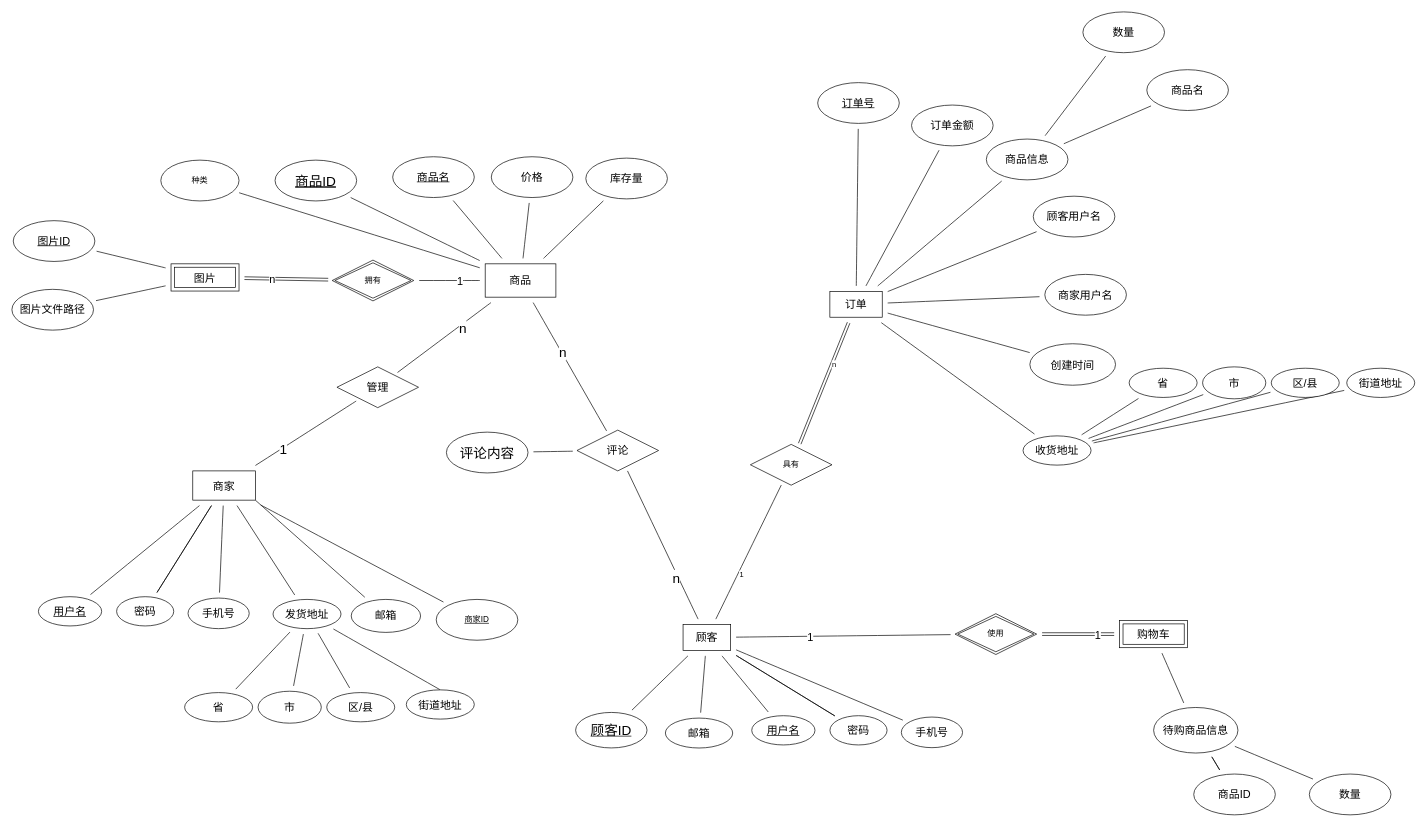
Above: database-ER.drawio in guokaichina/database-ER (draw.io), before the change. Source tidied: cells renumbered, new cells numbered last; positions are measured from the earlier drawing's top-left corner, leaving out a move shared by most shapes. Both pictures are drawn from the tidied source at 68%, with x=0, y=0 at pixel (12, 12).
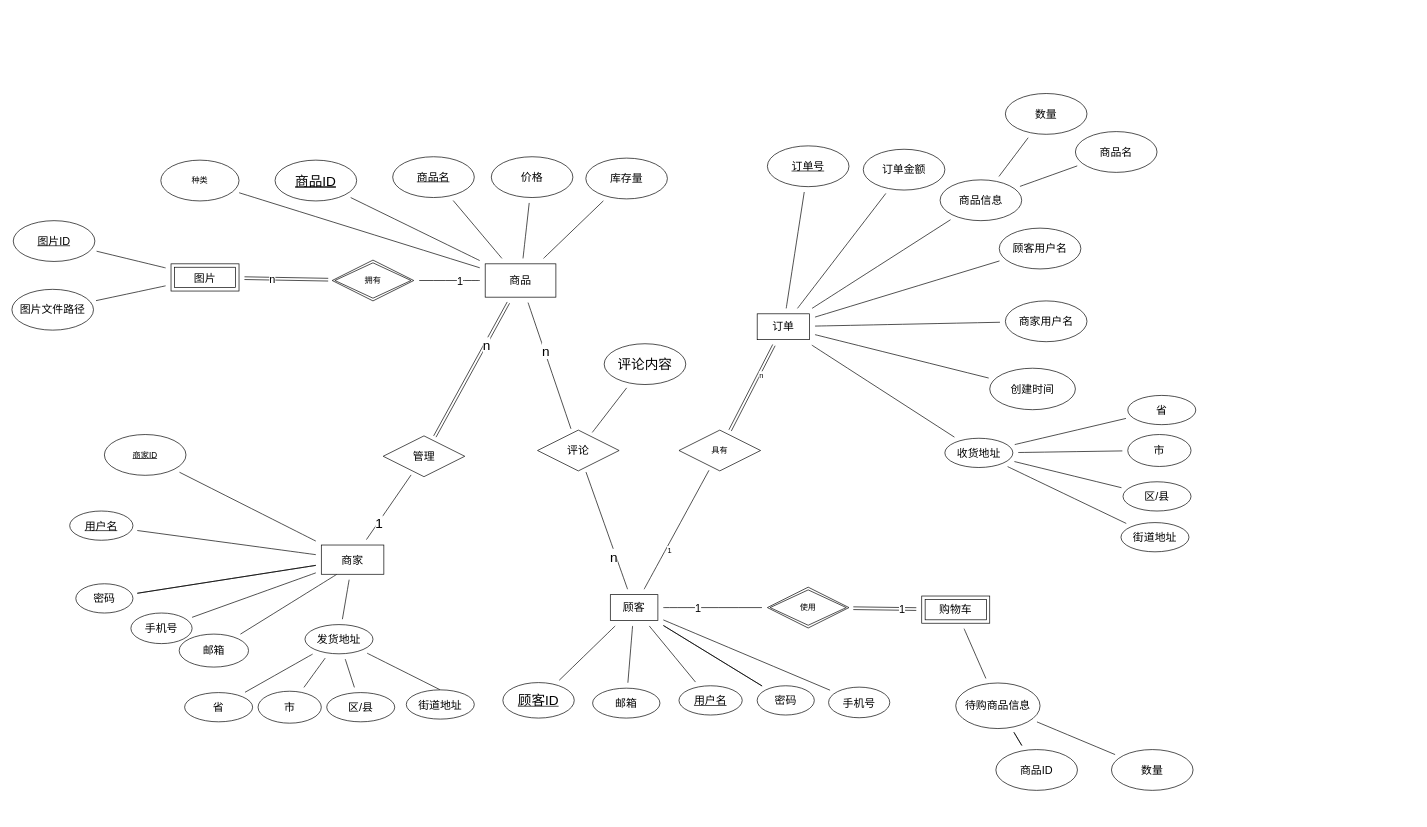
After the change.

Unchanged cells that the change refers to:
```xml
<mxCell id="43" value="商品" style="rounded=0;whiteSpace=wrap;html=1;fontSize=16;" parent="1" vertex="1">
  <mxGeometry x="696" y="370.5" width="104" height="49" as="geometry" />
</mxCell>
```

What changed in the source:
```diff
@@
     <mxCell id="14" value="&lt;font style=&quot;font-size: 16px;&quot;&gt;顾客&lt;/font&gt;" style="rounded=0;whiteSpace=wrap;html=1;" parent="1" vertex="1">
-      <mxGeometry x="987" y="901" width="70" height="38" as="geometry" />
+      <mxGeometry x="880" y="857" width="70" height="38" as="geometry" />
     </mxCell>
     <mxCell id="15" value="&lt;u&gt;用户名&lt;/u&gt;" style="ellipse;whiteSpace=wrap;html=1;fontSize=16;" parent="1" vertex="1">
-      <mxGeometry x="1088" y="1035" width="93" height="43" as="geometry" />
+      <mxGeometry x="981" y="991" width="93" height="43" as="geometry" />
     </mxCell>
     <mxCell id="16" value="密码" style="ellipse;whiteSpace=wrap;html=1;fontSize=16;" parent="1" vertex="1">
-      <mxGeometry x="1203" y="1035" width="84" height="43" as="geometry" />
+      <mxGeometry x="1096" y="991" width="84" height="43" as="geometry" />
     </mxCell>
@@
     <mxCell id="21" value="收货地址" style="ellipse;whiteSpace=wrap;html=1;fontSize=16;" parent="1" vertex="1">
-      <mxGeometry x="1487" y="623.5" width="100" height="43" as="geometry" />
+      <mxGeometry x="1372" y="627" width="100" height="43" as="geometry" />
     </mxCell>
@@
     <mxCell id="23" value="省" style="ellipse;whiteSpace=wrap;html=1;fontSize=16;" parent="1" vertex="1">
-      <mxGeometry x="1643" y="524" width="100" height="43" as="geometry" />
+      <mxGeometry x="1641" y="564" width="100" height="43" as="geometry" />
     </mxCell>
     <mxCell id="24" value="市" style="ellipse;whiteSpace=wrap;html=1;fontSize=16;" parent="1" vertex="1">
-      <mxGeometry x="1751" y="522" width="93" height="47" as="geometry" />
+      <mxGeometry x="1641" y="621.5" width="93" height="47" as="geometry" />
     </mxCell>
     <mxCell id="25" value="区/县" style="ellipse;whiteSpace=wrap;html=1;fontSize=16;" parent="1" vertex="1">
-      <mxGeometry x="1852" y="524" width="100" height="43" as="geometry" />
+      <mxGeometry x="1634" y="691" width="100" height="43" as="geometry" />
     </mxCell>
     <mxCell id="26" value="街道地址" style="ellipse;whiteSpace=wrap;html=1;fontSize=16;" parent="1" vertex="1">
-      <mxGeometry x="1963" y="524" width="100" height="43" as="geometry" />
+      <mxGeometry x="1631" y="751" width="100" height="43" as="geometry" />
     </mxCell>
     <mxCell id="27" value="手机号" style="ellipse;whiteSpace=wrap;html=1;fontSize=16;" parent="1" vertex="1">
-      <mxGeometry x="1308" y="1037" width="90" height="45" as="geometry" />
+      <mxGeometry x="1201" y="993" width="90" height="45" as="geometry" />
     </mxCell>
@@
     <mxCell id="32" value="待购商品信息" style="ellipse;whiteSpace=wrap;html=1;fontSize=16;" parent="1" vertex="1">
-      <mxGeometry x="1679" y="1022.9" width="124" height="67" as="geometry" />
+      <mxGeometry x="1388" y="986.9" width="124" height="67" as="geometry" />
     </mxCell>
@@
-    <mxCell id="38" style="edgeStyle=none;curved=1;rounded=0;jettySize=auto;html=1;fontSize=16;endArrow=none;endFill=0;sourcePerimeterSpacing=8;targetPerimeterSpacing=8;" parent="1" edge="1" source="43" target="102">
+    <mxCell id="38" style="edgeStyle=none;curved=1;rounded=0;jettySize=auto;html=1;fontSize=16;endArrow=none;endFill=0;sourcePerimeterSpacing=8;targetPerimeterSpacing=8;shape=link;" parent="1" edge="1" source="43" target="102">
       <mxGeometry relative="1" as="geometry" />
     </mxCell>
     <mxCell id="39" value="n" style="edgeLabel;html=1;align=center;verticalAlign=middle;fontSize=20;" parent="38" vertex="1">
-      <mxGeometry x="-0.35" y="4" relative="1" as="geometry" />
+      <mxGeometry x="-0.35" y="4" relative="1" as="geometry">
+        <mxPoint x="-1" y="-4" as="offset" />
+      </mxGeometry>
     </mxCell>
@@
     <mxCell id="45" value="商品ID" style="ellipse;whiteSpace=wrap;html=1;fontSize=16;" parent="1" vertex="1">
-      <mxGeometry x="1738" y="1120.8" width="120" height="60" as="geometry" />
+      <mxGeometry x="1447" y="1084.8" width="120" height="60" as="geometry" />
     </mxCell>
     <mxCell id="46" value="数量" style="ellipse;whiteSpace=wrap;html=1;fontSize=16;" parent="1" vertex="1">
-      <mxGeometry x="1908" y="1120.8" width="120" height="60" as="geometry" />
+      <mxGeometry x="1617" y="1084.8" width="120" height="60" as="geometry" />
     </mxCell>
@@
     <mxCell id="49" value="购物车" style="shape=ext;margin=3;double=1;whiteSpace=wrap;html=1;align=center;fontSize=16;fillColor=#FFFFFF;" parent="1" vertex="1">
-      <mxGeometry x="1629" y="895" width="100" height="40" as="geometry" />
+      <mxGeometry x="1338" y="859" width="100" height="40" as="geometry" />
     </mxCell>
@@
     <mxCell id="60" value="订单" style="rounded=0;whiteSpace=wrap;html=1;fontSize=16;fillColor=#FFFFFF;" parent="1" vertex="1">
-      <mxGeometry x="1202.9" y="411" width="77" height="38" as="geometry" />
+      <mxGeometry x="1096" y="444" width="77" height="38" as="geometry" />
     </mxCell>
     <mxCell id="61" value="&lt;u&gt;订单号&lt;/u&gt;" style="ellipse;whiteSpace=wrap;html=1;fontSize=16;fillColor=#FFFFFF;" parent="1" vertex="1">
-      <mxGeometry x="1185" y="104" width="120" height="60" as="geometry" />
+      <mxGeometry x="1111" y="197" width="120" height="60" as="geometry" />
     </mxCell>
-    <mxCell id="62" style="edgeStyle=none;curved=1;rounded=0;jettySize=auto;html=1;exitX=1;exitY=1;exitDx=0;exitDy=0;fontSize=16;endArrow=none;endFill=0;startSize=14;endSize=14;sourcePerimeterSpacing=8;targetPerimeterSpacing=8;" parent="1" edge="1" source="64" target="89">
+    <mxCell id="62" style="edgeStyle=none;curved=1;rounded=0;jettySize=auto;html=1;exitX=0.25;exitY=1;exitDx=0;exitDy=0;fontSize=16;endArrow=none;endFill=0;startSize=14;endSize=14;sourcePerimeterSpacing=8;targetPerimeterSpacing=8;" parent="1" edge="1" source="64" target="89">
       <mxGeometry relative="1" as="geometry" />
     </mxCell>
@@
     <mxCell id="64" value="商家" style="rounded=0;whiteSpace=wrap;html=1;fontSize=16;fillColor=#FFFFFF;" parent="1" vertex="1">
-      <mxGeometry x="266" y="675" width="92" height="43" as="geometry" />
+      <mxGeometry x="455" y="784" width="92" height="43" as="geometry" />
     </mxCell>
@@
     <mxCell id="69" value="&lt;u&gt;用户名&lt;/u&gt;" style="ellipse;whiteSpace=wrap;html=1;fontSize=16;" parent="1" vertex="1">
-      <mxGeometry x="39" y="860" width="93" height="43" as="geometry" />
+      <mxGeometry x="85" y="734" width="93" height="43" as="geometry" />
     </mxCell>
     <mxCell id="70" value="密码" style="ellipse;whiteSpace=wrap;html=1;fontSize=16;" parent="1" vertex="1">
-      <mxGeometry x="154" y="860" width="84" height="43" as="geometry" />
+      <mxGeometry x="94" y="841" width="84" height="43" as="geometry" />
     </mxCell>
@@
     <mxCell id="75" value="发货地址" style="ellipse;whiteSpace=wrap;html=1;fontSize=16;" parent="1" vertex="1">
-      <mxGeometry x="384" y="864" width="100" height="43" as="geometry" />
+      <mxGeometry x="431" y="901" width="100" height="43" as="geometry" />
     </mxCell>
@@
     <mxCell id="81" value="手机号" style="ellipse;whiteSpace=wrap;html=1;fontSize=16;" parent="1" vertex="1">
-      <mxGeometry x="259" y="862" width="90" height="45" as="geometry" />
+      <mxGeometry x="175" y="884" width="90" height="45" as="geometry" />
     </mxCell>
     <mxCell id="82" value="顾客用户名" style="ellipse;whiteSpace=wrap;html=1;fontSize=16;fillColor=#FFFFFF;" parent="1" vertex="1">
-      <mxGeometry x="1502" y="271" width="120" height="60" as="geometry" />
+      <mxGeometry x="1452" y="318" width="120" height="60" as="geometry" />
     </mxCell>
     <mxCell id="83" value="商家用户名" style="ellipse;whiteSpace=wrap;html=1;fontSize=16;fillColor=#FFFFFF;" parent="1" vertex="1">
-      <mxGeometry x="1519" y="386" width="120" height="60" as="geometry" />
+      <mxGeometry x="1461" y="425" width="120" height="60" as="geometry" />
     </mxCell>
     <mxCell id="84" value="商品信息" style="ellipse;whiteSpace=wrap;html=1;fontSize=16;fillColor=#FFFFFF;" parent="1" vertex="1">
-      <mxGeometry x="1433" y="187" width="120" height="60" as="geometry" />
+      <mxGeometry x="1365" y="247" width="120" height="60" as="geometry" />
     </mxCell>
@@
     <mxCell id="87" value="商品名" style="ellipse;whiteSpace=wrap;html=1;fontSize=16;" parent="1" vertex="1">
-      <mxGeometry x="1669" y="85" width="120" height="60" as="geometry" />
+      <mxGeometry x="1564" y="176" width="120" height="60" as="geometry" />
     </mxCell>
     <mxCell id="88" value="数量" style="ellipse;whiteSpace=wrap;html=1;fontSize=16;" parent="1" vertex="1">
-      <mxGeometry x="1575" width="120" height="60" as="geometry" />
+      <mxGeometry x="1461" y="120" width="120" height="60" as="geometry" />
     </mxCell>
     <mxCell id="89" value="邮箱" style="ellipse;whiteSpace=wrap;html=1;fontSize=16;fillColor=#FFFFFF;" parent="1" vertex="1">
-      <mxGeometry x="499" y="864" width="102" height="48.5" as="geometry" />
+      <mxGeometry x="246" y="915" width="102" height="48.5" as="geometry" />
     </mxCell>
     <mxCell id="90" value="邮箱" style="ellipse;whiteSpace=wrap;html=1;fontSize=16;fillColor=#FFFFFF;" parent="1" vertex="1">
-      <mxGeometry x="961" y="1038.5" width="99" height="44" as="geometry" />
+      <mxGeometry x="854" y="994.5" width="99" height="44" as="geometry" />
     </mxCell>
     <mxCell id="91" value="订单金额" style="ellipse;whiteSpace=wrap;html=1;fontSize=16;fillColor=#FFFFFF;" parent="1" vertex="1">
-      <mxGeometry x="1323" y="137" width="120" height="60" as="geometry" />
+      <mxGeometry x="1252" y="202" width="120" height="60" as="geometry" />
     </mxCell>
     <mxCell id="92" value="创建时间" style="ellipse;whiteSpace=wrap;html=1;fontSize=16;fillColor=#FFFFFF;" parent="1" vertex="1">
-      <mxGeometry x="1497" y="488" width="126" height="61" as="geometry" />
+      <mxGeometry x="1438" y="524" width="126" height="61" as="geometry" />
     </mxCell>
@@
     <mxCell id="102" value="管理" style="shape=rhombus;perimeter=rhombusPerimeter;whiteSpace=wrap;html=1;align=center;fontSize=16;fillColor=#FFFFFF;" parent="1" vertex="1">
-      <mxGeometry x="478" y="522" width="120" height="60" as="geometry" />
+      <mxGeometry x="546" y="623.5" width="120" height="60" as="geometry" />
     </mxCell>
     <mxCell id="103" value="使用" style="shape=rhombus;double=1;perimeter=rhombusPerimeter;whiteSpace=wrap;html=1;align=center;" parent="1" vertex="1">
-      <mxGeometry x="1387" y="885" width="120" height="60" as="geometry" />
+      <mxGeometry x="1111" y="846" width="120" height="60" as="geometry" />
     </mxCell>
@@
     <mxCell id="106" value="具有" style="shape=rhombus;perimeter=rhombusPerimeter;whiteSpace=wrap;html=1;align=center;" parent="1" vertex="1">
-      <mxGeometry x="1086" y="636" width="120" height="60" as="geometry" />
+      <mxGeometry x="981" y="615" width="120" height="60" as="geometry" />
     </mxCell>
@@
     <mxCell id="109" value="评论" style="shape=rhombus;perimeter=rhombusPerimeter;whiteSpace=wrap;html=1;align=center;fontSize=16;fillColor=#FFFFFF;" parent="1" vertex="1">
-      <mxGeometry x="831" y="615" width="120" height="60" as="geometry" />
+      <mxGeometry x="773" y="615" width="120" height="60" as="geometry" />
     </mxCell>
     <mxCell id="110" value="&lt;u&gt;&lt;font style=&quot;font-size: 20px;&quot;&gt;顾客ID&lt;/font&gt;&lt;/u&gt;" style="ellipse;whiteSpace=wrap;html=1;" parent="1" vertex="1">
-      <mxGeometry x="829" y="1030.2" width="105" height="52.2" as="geometry" />
+      <mxGeometry x="722" y="986.3" width="105" height="52.2" as="geometry" />
     </mxCell>
     <mxCell id="111" value="&lt;u&gt;商家ID&lt;/u&gt;" style="ellipse;whiteSpace=wrap;html=1;" parent="1" vertex="1">
-      <mxGeometry x="624" y="864" width="120" height="60" as="geometry" />
+      <mxGeometry x="136" y="621.5" width="120" height="60" as="geometry" />
     </mxCell>
@@
     <mxCell id="113" value="评论内容" style="ellipse;whiteSpace=wrap;html=1;fontSize=20;" parent="1" vertex="1">
-      <mxGeometry x="639" y="618" width="120" height="60" as="geometry" />
+      <mxGeometry x="871" y="488" width="120" height="60" as="geometry" />
     </mxCell>
```
